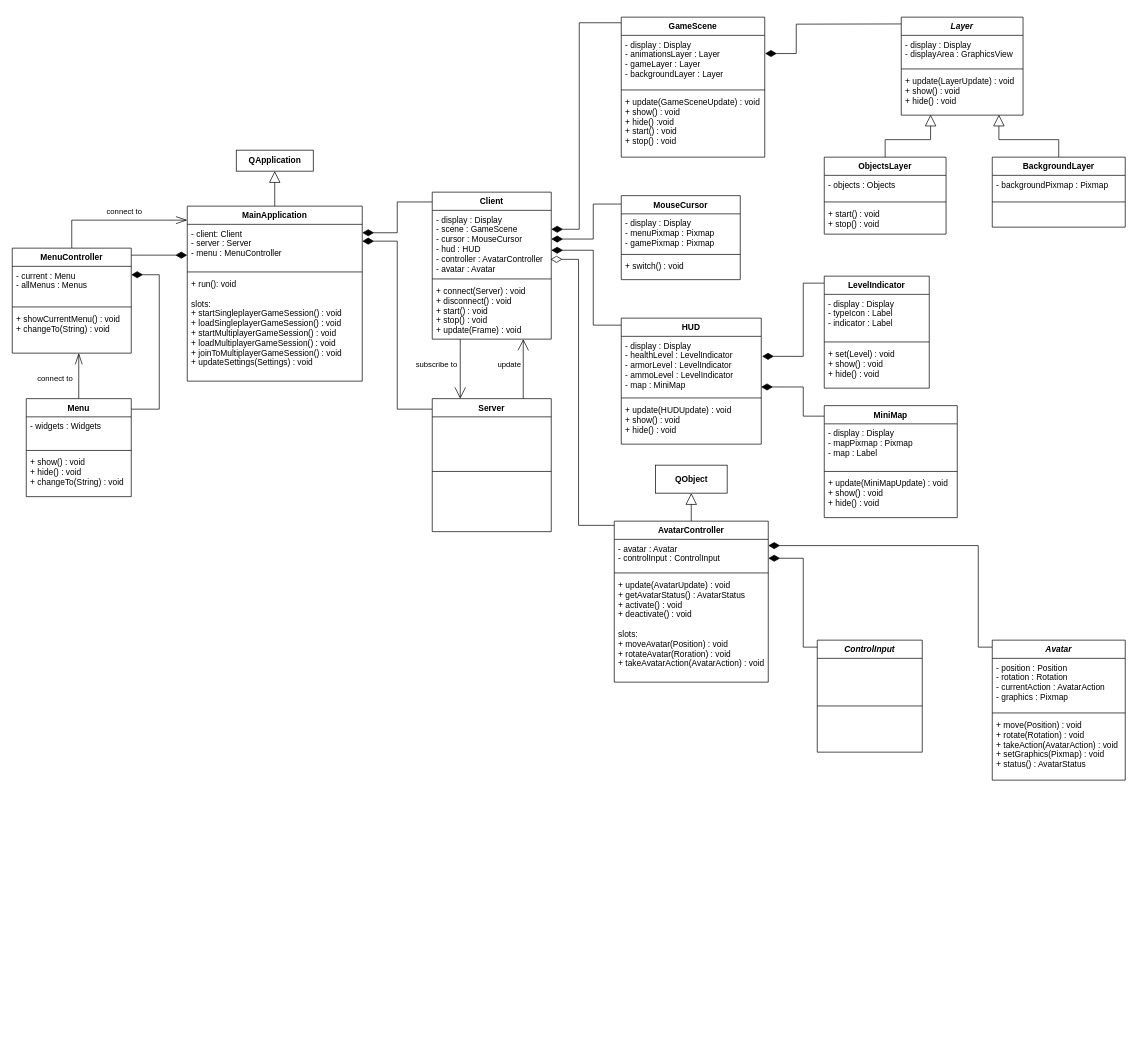
Earlier version of the draw.io diagram doc/class_diagram.drawio (TadekBiela/heisttown). Source tidied: cells renumbered, new cells numbered last; positions are measured from the earlier drawing's top-left corner, leaving out a move shared by most shapes. Both pictures are drawn from the tidied source at 70%, with x=0, y=0 at pixel (12, 17).
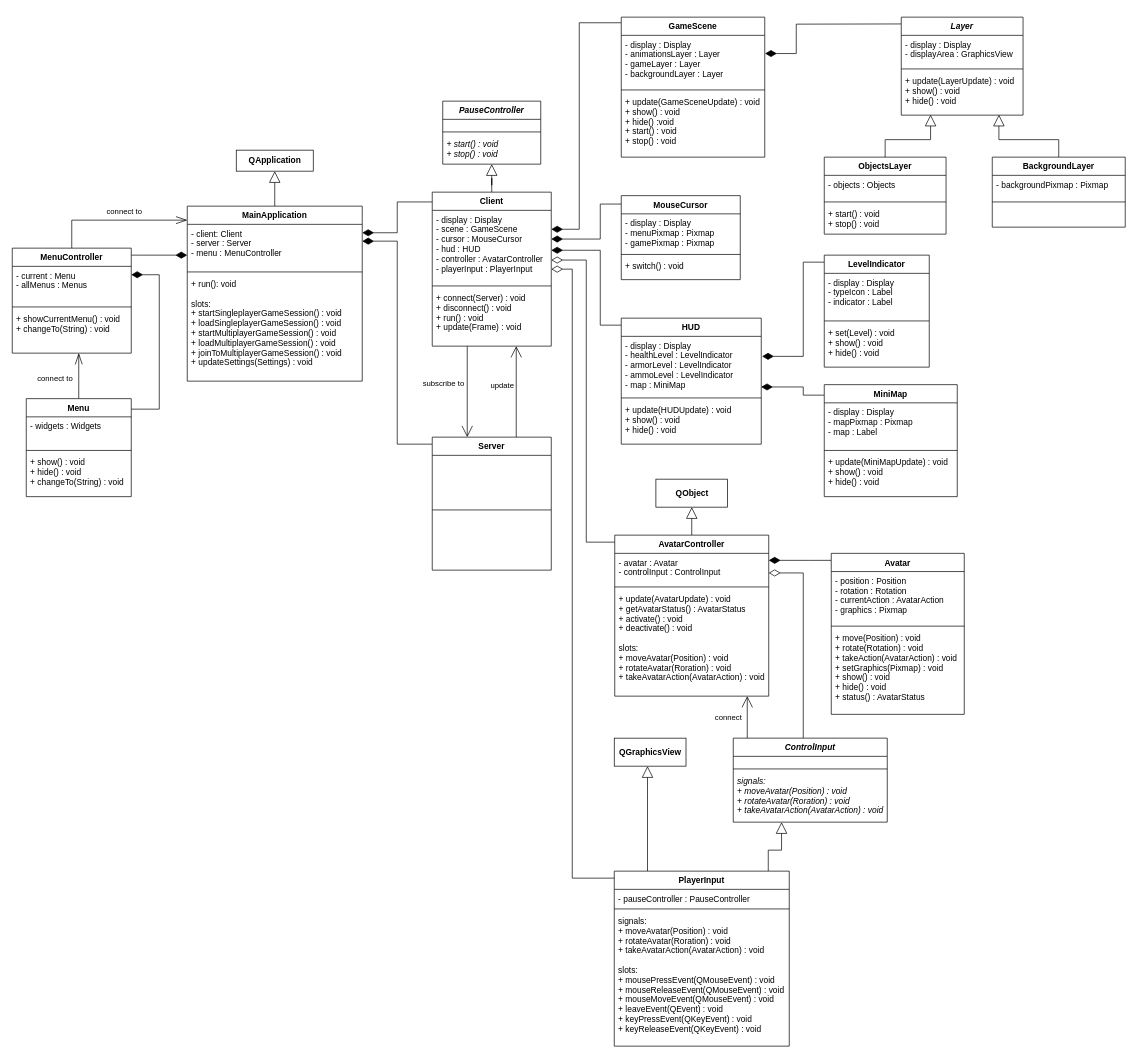
The same diagram, later.

Commit message:
Added PlayerInput class

Unchanged cells that the change refers to:
```xml
<mxCell id="4" value="- client: Client&#10;- server : Server&#10;- menu : MenuController" style="text;strokeColor=none;fillColor=none;align=left;verticalAlign=top;spacingLeft=4;spacingRight=4;overflow=hidden;points=[[0,0.5],[1,0.5]];portConstraint=eastwest;" parent="3" vertex="1">
  <mxGeometry y="26" width="250" height="64" as="geometry" />
</mxCell>
<mxCell id="41" value="HUD" style="swimlane;fontStyle=1;align=center;verticalAlign=top;horizontal=1;startSize=26;" parent="1" vertex="1">
  <mxGeometry x="870" y="430" width="200" height="180" as="geometry" />
</mxCell>
<mxCell id="42" value="- display : Display&#10;- healthLevel : LevelIndicator&#10;- armorLevel : LevelIndicator&#10;- ammoLevel : LevelIndicator&#10;- map : MiniMap " style="text;strokeColor=none;fillColor=none;align=left;verticalAlign=top;spacingLeft=4;spacingRight=4;overflow=hidden;points=[[0,0.5],[1,0.5]];portConstraint=eastwest;" parent="41" vertex="1">
  <mxGeometry y="26" width="200" height="84" as="geometry" />
</mxCell>
```

The edit, as a diff of the source:
```diff
@@
     <mxCell id="7" style="edgeStyle=orthogonalEdgeStyle;rounded=0;jettySize=auto;html=1;endArrow=open;endFill=0;endSize=14;" parent="1" edge="1" source="9" target="30">
       <mxGeometry relative="1" as="geometry">
         <Array as="points">
-          <mxPoint x="640" y="470" />
-          <mxPoint x="640" y="470" />
+          <mxPoint x="650" y="550" />
+          <mxPoint x="650" y="550" />
         </Array>
       </mxGeometry>
     </mxCell>
@@
+    <mxCell id="92" style="edgeStyle=orthogonalEdgeStyle;rounded=0;jettySize=auto;html=1;endArrow=block;endFill=0;endSize=14;" parent="1" edge="1" source="9" target="99">
+      <mxGeometry relative="1" as="geometry" />
+    </mxCell>
     <mxCell id="9" value="Client" style="swimlane;fontStyle=1;align=center;verticalAlign=top;horizontal=1;startSize=26;" parent="1" vertex="1">
-      <mxGeometry x="600" y="250" width="170" height="210" as="geometry" />
+      <mxGeometry x="600" y="250" width="170" height="220" as="geometry" />
     </mxCell>
-    <mxCell id="10" value="- display : Display&#10;- scene : GameScene&#10;- cursor : MouseCursor&#10;- hud : HUD&#10;- controller : AvatarController&#10;- avatar : Avatar" style="text;strokeColor=none;fillColor=none;align=left;verticalAlign=top;spacingLeft=4;spacingRight=4;overflow=hidden;points=[[0,0.5],[1,0.5]];portConstraint=eastwest;" parent="9" vertex="1">
-      <mxGeometry y="26" width="170" height="94" as="geometry" />
+    <mxCell id="10" value="- display : Display&#10;- scene : GameScene&#10;- cursor : MouseCursor&#10;- hud : HUD&#10;- controller : AvatarController&#10;- playerInput : PlayerInput&#10;" style="text;strokeColor=none;fillColor=none;align=left;verticalAlign=top;spacingLeft=4;spacingRight=4;overflow=hidden;points=[[0,0.5],[1,0.5]];portConstraint=eastwest;" parent="9" vertex="1">
+      <mxGeometry y="26" width="170" height="104" as="geometry" />
     </mxCell>
     <mxCell id="11" style="line;strokeWidth=1;fillColor=none;align=left;verticalAlign=middle;spacingTop=-1;spacingLeft=3;spacingRight=3;labelPosition=right;" parent="9" vertex="1">
-      <mxGeometry y="120" width="170" height="8" as="geometry" />
+      <mxGeometry y="130" width="170" height="8" as="geometry" />
     </mxCell>
-    <mxCell id="12" value="+ connect(Server) : void&#10;+ disconnect() : void&#10;+ start() : void&#10;+ stop() : void&#10;+ update(Frame) : void" style="text;strokeColor=none;fillColor=none;align=left;verticalAlign=top;spacingLeft=4;spacingRight=4;overflow=hidden;" parent="9" vertex="1">
-      <mxGeometry y="128" width="170" height="82" as="geometry" />
+    <mxCell id="12" value="+ connect(Server) : void&#10;+ disconnect() : void&#10;+ run() : void&#10;+ update(Frame) : void" style="text;strokeColor=none;fillColor=none;align=left;verticalAlign=top;spacingLeft=4;spacingRight=4;overflow=hidden;" parent="9" vertex="1">
+      <mxGeometry y="138" width="170" height="82" as="geometry" />
     </mxCell>
@@
     <mxCell id="28" style="edgeStyle=orthogonalEdgeStyle;rounded=0;jettySize=auto;html=1;endArrow=diamondThin;endFill=1;endSize=14;" parent="1" edge="1" source="30" target="4">
       <mxGeometry relative="1" as="geometry">
         <Array as="points">
-          <mxPoint x="550" y="560" />
+          <mxPoint x="550" y="610" />
           <mxPoint x="550" y="320" />
         </Array>
       </mxGeometry>
     </mxCell>
     <mxCell id="29" value="update" style="edgeStyle=orthogonalEdgeStyle;rounded=0;jettySize=auto;html=1;endArrow=open;endFill=0;endSize=14;" parent="1" edge="1" source="30" target="9">
       <mxGeometry x="0.14" y="20" relative="1" as="geometry">
         <Array as="points">
-          <mxPoint x="730" y="480" />
-          <mxPoint x="730" y="480" />
+          <mxPoint x="720" y="520" />
+          <mxPoint x="720" y="520" />
         </Array>
       </mxGeometry>
     </mxCell>
     <mxCell id="30" value="Server" style="swimlane;fontStyle=1;align=center;verticalAlign=top;horizontal=1;startSize=26;" parent="1" vertex="1">
-      <mxGeometry x="600" y="545" width="170" height="190" as="geometry" />
+      <mxGeometry x="600" y="600" width="170" height="190" as="geometry" />
     </mxCell>
@@
     <mxCell id="39" style="edgeStyle=orthogonalEdgeStyle;rounded=0;orthogonalLoop=1;jettySize=auto;html=1;endArrow=diamondThin;endFill=1;endSize=14;" parent="1" edge="1">
       <mxGeometry relative="1" as="geometry">
         <mxPoint x="870" y="267" as="sourcePoint" />
         <mxPoint x="770" y="317" as="targetPoint" />
         <Array as="points">
-          <mxPoint x="830" y="267" />
-          <mxPoint x="830" y="317" />
+          <mxPoint x="840" y="267" />
+          <mxPoint x="840" y="317" />
         </Array>
       </mxGeometry>
     </mxCell>
     <mxCell id="40" style="edgeStyle=orthogonalEdgeStyle;rounded=0;jettySize=auto;html=1;endArrow=diamondThin;endFill=1;endSize=14;" parent="1" edge="1" source="41" target="10">
       <mxGeometry relative="1" as="geometry">
         <Array as="points">
-          <mxPoint x="830" y="440" />
-          <mxPoint x="830" y="333" />
+          <mxPoint x="840" y="440" />
+          <mxPoint x="840" y="333" />
         </Array>
       </mxGeometry>
     </mxCell>
@@
-    <mxCell id="45" style="edgeStyle=orthogonalEdgeStyle;rounded=0;orthogonalLoop=1;jettySize=auto;html=1;endArrow=diamondThin;endFill=0;endSize=14;" parent="1" edge="1">
+    <mxCell id="45" style="edgeStyle=orthogonalEdgeStyle;rounded=0;jettySize=auto;html=1;endArrow=diamondThin;endFill=0;endSize=14;" parent="1" edge="1" source="47" target="10">
       <mxGeometry relative="1" as="geometry">
-        <mxPoint x="869" y="726" as="sourcePoint" />
-        <mxPoint x="769" y="346" as="targetPoint" />
         <Array as="points">
-          <mxPoint x="809" y="726" />
-          <mxPoint x="809" y="346" />
+          <mxPoint x="820" y="750" />
+          <mxPoint x="820" y="347" />
         </Array>
       </mxGeometry>
     </mxCell>
@@
     <mxCell id="47" value="AvatarController" style="swimlane;fontStyle=1;align=center;verticalAlign=top;horizontal=1;startSize=26;" parent="1" vertex="1">
-      <mxGeometry x="860" y="720" width="220" height="230" as="geometry" />
+      <mxGeometry x="860.7" y="740" width="220" height="230" as="geometry" />
     </mxCell>
-    <mxCell id="48" value="- avatar : Avatar&#10;- controlInput : ControlInput" style="text;strokeColor=none;fillColor=none;align=left;verticalAlign=top;spacingLeft=4;spacingRight=4;overflow=hidden;points=[[0,0.5],[1,0.5]];portConstraint=eastwest;" parent="47" vertex="1">
+    <mxCell id="48" value="- avatar : Avatar&#10;- controlInput : ControlInput&#10;" style="text;strokeColor=none;fillColor=none;align=left;verticalAlign=top;spacingLeft=4;spacingRight=4;overflow=hidden;points=[[0,0.5],[1,0.5]];portConstraint=eastwest;" parent="47" vertex="1">
       <mxGeometry y="26" width="220" height="44" as="geometry" />
     </mxCell>
@@
     <mxCell id="56" style="edgeStyle=orthogonalEdgeStyle;rounded=0;jettySize=auto;html=1;entryX=1.006;entryY=0.34;entryDx=0;entryDy=0;entryPerimeter=0;endArrow=diamondThin;endFill=1;endSize=14;" parent="1" edge="1" source="57" target="42">
       <mxGeometry relative="1" as="geometry">
         <Array as="points">
-          <mxPoint x="1130" y="380" />
+          <mxPoint x="1130" y="350" />
           <mxPoint x="1130" y="485" />
         </Array>
       </mxGeometry>
     </mxCell>
     <mxCell id="57" value="LevelIndicator" style="swimlane;fontStyle=1;align=center;verticalAlign=top;horizontal=1;startSize=26;" parent="1" vertex="1">
-      <mxGeometry x="1160" y="370" width="150" height="160" as="geometry" />
+      <mxGeometry x="1160" y="340" width="150" height="160" as="geometry" />
     </mxCell>
@@
     <mxCell id="61" style="edgeStyle=orthogonalEdgeStyle;rounded=0;jettySize=auto;html=1;entryX=0.999;entryY=0.861;entryDx=0;entryDy=0;entryPerimeter=0;endArrow=diamondThin;endFill=1;endSize=14;" parent="1" edge="1" source="62" target="42">
       <mxGeometry relative="1" as="geometry">
         <Array as="points">
-          <mxPoint x="1130" y="570" />
+          <mxPoint x="1130" y="540" />
           <mxPoint x="1130" y="528" />
         </Array>
       </mxGeometry>
     </mxCell>
     <mxCell id="62" value="MiniMap" style="swimlane;fontStyle=1;align=center;verticalAlign=top;horizontal=1;startSize=26;" parent="1" vertex="1">
-      <mxGeometry x="1160" y="555" width="190" height="160" as="geometry" />
+      <mxGeometry x="1160" y="525" width="190" height="160" as="geometry" />
     </mxCell>
@@
+    <mxCell id="93" style="edgeStyle=orthogonalEdgeStyle;rounded=0;jettySize=auto;html=1;endArrow=block;endFill=0;endSize=14;" parent="1" edge="1" source="81" target="96">
+      <mxGeometry relative="1" as="geometry">
+        <Array as="points">
+          <mxPoint x="907.5" y="1110" />
+          <mxPoint x="907.5" y="1110" />
+        </Array>
+      </mxGeometry>
+    </mxCell>
+    <mxCell id="94" style="edgeStyle=orthogonalEdgeStyle;rounded=0;jettySize=auto;html=1;endArrow=diamondThin;endFill=0;endSize=14;" parent="1" edge="1" source="81" target="10">
+      <mxGeometry relative="1" as="geometry">
+        <Array as="points">
+          <mxPoint x="800" y="1230" />
+          <mxPoint x="800" y="360" />
+        </Array>
+      </mxGeometry>
+    </mxCell>
+    <mxCell id="95" style="edgeStyle=orthogonalEdgeStyle;rounded=0;jettySize=auto;html=1;endArrow=block;endFill=0;endSize=14;" parent="1" edge="1" source="81" target="103">
+      <mxGeometry relative="1" as="geometry">
+        <Array as="points">
+          <mxPoint x="1080" y="1190" />
+          <mxPoint x="1099" y="1190" />
+        </Array>
+      </mxGeometry>
+    </mxCell>
-    <mxCell id="81" value="ControlInput" style="swimlane;fontStyle=3;align=center;verticalAlign=top;horizontal=1;startSize=26;" parent="1" vertex="1">
-      <mxGeometry x="1150" y="890" width="150" height="160" as="geometry" />
+    <mxCell id="81" value="PlayerInput" style="swimlane;fontStyle=1;align=center;verticalAlign=top;horizontal=1;startSize=26;" parent="1" vertex="1">
+      <mxGeometry x="860" y="1220" width="250" height="250" as="geometry" />
     </mxCell>
-    <mxCell id="82" value=" " style="text;strokeColor=none;fillColor=none;align=left;verticalAlign=top;spacingLeft=4;spacingRight=4;overflow=hidden;" parent="81" vertex="1">
-      <mxGeometry y="26" width="150" height="64" as="geometry" />
+    <mxCell id="82" value="- pauseController : PauseController" style="text;strokeColor=none;fillColor=none;align=left;verticalAlign=top;spacingLeft=4;spacingRight=4;overflow=hidden;" parent="81" vertex="1">
+      <mxGeometry y="26" width="250" height="24" as="geometry" />
     </mxCell>
     <mxCell id="83" style="line;strokeWidth=1;fillColor=none;align=left;verticalAlign=middle;spacingTop=-1;spacingLeft=3;spacingRight=3;labelPosition=right;" parent="81" vertex="1">
-      <mxGeometry y="90" width="150" height="8" as="geometry" />
+      <mxGeometry y="50" width="250" height="8" as="geometry" />
     </mxCell>
-    <mxCell id="84" value=" " style="text;strokeColor=none;fillColor=none;align=left;verticalAlign=top;spacingLeft=4;spacingRight=4;overflow=hidden;" parent="81" vertex="1">
-      <mxGeometry y="98" width="150" height="62" as="geometry" />
+    <mxCell id="84" value="signals:&#10;+ moveAvatar(Position) : void&#10;+ rotateAvatar(Roration) : void&#10;+ takeAvatarAction(AvatarAction) : void&#10;&#10;slots:&#10;+ mousePressEvent(QMouseEvent) : void&#10;+ mouseReleaseEvent(QMouseEvent) : void&#10;+ mouseMoveEvent(QMouseEvent) : void&#10;+ leaveEvent(QEvent) : void&#10;+ keyPressEvent(QKeyEvent) : void&#10;+ keyReleaseEvent(QKeyEvent) : void" style="text;strokeColor=none;fillColor=none;align=left;verticalAlign=top;spacingLeft=4;spacingRight=4;overflow=hidden;" parent="81" vertex="1">
+      <mxGeometry y="58" width="250" height="192" as="geometry" />
     </mxCell>
-    <mxCell id="85" style="edgeStyle=orthogonalEdgeStyle;rounded=0;jettySize=auto;html=1;endSize=14;endArrow=diamondThin;endFill=1;" parent="1" edge="1" source="81" target="48">
+    <mxCell id="85" style="edgeStyle=orthogonalEdgeStyle;rounded=0;jettySize=auto;html=1;endSize=14;endArrow=diamondThin;endFill=0;" parent="1" edge="1" source="103" target="48">
       <mxGeometry relative="1" as="geometry">
         <Array as="points">
-          <mxPoint x="1130" y="900" />
-          <mxPoint x="1130" y="773" />
+          <mxPoint x="1130" y="794" />
         </Array>
       </mxGeometry>
     </mxCell>
-    <mxCell id="86" style="edgeStyle=orthogonalEdgeStyle;rounded=0;jettySize=auto;html=1;entryX=1;entryY=0.203;entryDx=0;entryDy=0;entryPerimeter=0;endArrow=diamondThin;endFill=1;endSize=14;" parent="1" edge="1" source="87" target="48">
+    <mxCell id="86" style="edgeStyle=orthogonalEdgeStyle;rounded=0;jettySize=auto;html=1;endArrow=diamondThin;endFill=1;endSize=14;" parent="1" edge="1" source="87" target="48">
       <mxGeometry relative="1" as="geometry">
         <Array as="points">
-          <mxPoint x="1380" y="900" />
-          <mxPoint x="1380" y="755" />
+          <mxPoint x="1138" y="776" />
+          <mxPoint x="1138" y="776" />
         </Array>
       </mxGeometry>
     </mxCell>
-    <mxCell id="87" value="Avatar" style="swimlane;fontStyle=3;align=center;verticalAlign=top;horizontal=1;startSize=26;" parent="1" vertex="1">
-      <mxGeometry x="1400" y="890" width="190" height="200" as="geometry" />
+    <mxCell id="87" value="Avatar" style="swimlane;fontStyle=1;align=center;verticalAlign=top;horizontal=1;startSize=26;" parent="1" vertex="1">
+      <mxGeometry x="1170" y="766" width="190" height="230" as="geometry" />
     </mxCell>
@@
-    <mxCell id="90" value="+ move(Position) : void&#10;+ rotate(Rotation) : void&#10;+ takeAction(AvatarAction) : void&#10;+ setGraphics(Pixmap) : void&#10;+ status() : AvatarStatus" style="text;strokeColor=none;fillColor=none;align=left;verticalAlign=top;spacingLeft=4;spacingRight=4;overflow=hidden;" parent="87" vertex="1">
-      <mxGeometry y="108" width="190" height="92" as="geometry" />
+    <mxCell id="90" value="+ move(Position) : void&#10;+ rotate(Rotation) : void&#10;+ takeAction(AvatarAction) : void&#10;+ setGraphics(Pixmap) : void&#10;+ show() : void&#10;+ hide() : void&#10;+ status() : AvatarStatus" style="text;strokeColor=none;fillColor=none;align=left;verticalAlign=top;spacingLeft=4;spacingRight=4;overflow=hidden;" parent="87" vertex="1">
+      <mxGeometry y="108" width="190" height="122" as="geometry" />
     </mxCell>
     <mxCell id="91" value="QObject" style="html=1;fontStyle=1;" parent="1" vertex="1">
-      <mxGeometry x="918.8" y="640" width="102.5" height="40" as="geometry" />
+      <mxGeometry x="919.5" y="660" width="102.5" height="40" as="geometry" />
     </mxCell>
+    <mxCell id="96" value="QGraphicsView" style="html=1;fontStyle=1;" parent="1" vertex="1">
+      <mxGeometry x="860" y="1030" width="102.5" height="40" as="geometry" />
+    </mxCell>
+    <mxCell id="97" style="edgeStyle=orthogonalEdgeStyle;rounded=0;jettySize=auto;html=1;endArrow=open;endFill=0;endSize=14;" parent="1" edge="1" source="103" target="47">
+      <mxGeometry relative="1" as="geometry">
+        <Array as="points">
+          <mxPoint x="1050" y="1000" />
+          <mxPoint x="1050" y="1000" />
+        </Array>
+      </mxGeometry>
+    </mxCell>
+    <mxCell id="98" value="connect" style="edgeLabel;html=1;align=center;verticalAlign=middle;" parent="97" vertex="1">
+      <mxGeometry x="0.25" relative="1" as="geometry">
+        <mxPoint x="-28" y="8" as="offset" />
+      </mxGeometry>
+    </mxCell>
+    <mxCell id="99" value="PauseController" style="swimlane;fontStyle=3;align=center;verticalAlign=top;horizontal=1;startSize=26;" parent="1" vertex="1">
+      <mxGeometry x="615" y="120" width="140" height="90" as="geometry" />
+    </mxCell>
+    <mxCell id="100" value=" " style="text;strokeColor=none;fillColor=none;align=left;verticalAlign=top;spacingLeft=4;spacingRight=4;overflow=hidden;" parent="99" vertex="1">
+      <mxGeometry y="26" width="140" height="14" as="geometry" />
+    </mxCell>
+    <mxCell id="101" style="line;strokeWidth=1;fillColor=none;align=left;verticalAlign=middle;spacingTop=-1;spacingLeft=3;spacingRight=3;labelPosition=right;" parent="99" vertex="1">
+      <mxGeometry y="40" width="140" height="8" as="geometry" />
+    </mxCell>
+    <mxCell id="102" value="+ start() : void&#10;+ stop() : void" style="text;strokeColor=none;fillColor=none;align=left;verticalAlign=top;spacingLeft=4;spacingRight=4;overflow=hidden;fontStyle=2;" parent="99" vertex="1">
+      <mxGeometry y="48" width="140" height="42" as="geometry" />
+    </mxCell>
+    <mxCell id="103" value="ControlInput" style="swimlane;fontStyle=3;align=center;verticalAlign=top;horizontal=1;startSize=26;" parent="1" vertex="1">
+      <mxGeometry x="1030" y="1030" width="220" height="120" as="geometry" />
+    </mxCell>
+    <mxCell id="104" value=" " style="text;strokeColor=none;fillColor=none;align=left;verticalAlign=top;spacingLeft=4;spacingRight=4;overflow=hidden;" parent="103" vertex="1">
+      <mxGeometry y="26" width="220" height="14" as="geometry" />
+    </mxCell>
+    <mxCell id="105" style="line;strokeWidth=1;fillColor=none;align=left;verticalAlign=middle;spacingTop=-1;spacingLeft=3;spacingRight=3;labelPosition=right;" parent="103" vertex="1">
+      <mxGeometry y="40" width="220" height="8" as="geometry" />
+    </mxCell>
+    <mxCell id="106" value="signals:&#10;+ moveAvatar(Position) : void&#10;+ rotateAvatar(Roration) : void&#10;+ takeAvatarAction(AvatarAction) : void" style="text;strokeColor=none;fillColor=none;align=left;verticalAlign=top;spacingLeft=4;spacingRight=4;overflow=hidden;fontStyle=2;" parent="103" vertex="1">
+      <mxGeometry y="48" width="220" height="72" as="geometry" />
+    </mxCell>
```
